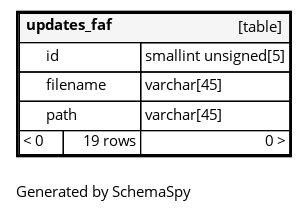
Before: diagrams/tables/updates_faf.1degree.png, a diagram exported from Graphviz (ta-forever/db). Its source is kept beside it as diagrams/tables/updates_faf.1degree.dot. Its diagram source:
```dot
digraph "oneDegreeRelationshipsDiagram" {
  graph [    rankdir="RL"    bgcolor="#ffffff"    label="\nGenerated by SchemaSpy"    labeljust="l"    nodesep="0.18"    ranksep="0.46"    fontname="Helvetica"    fontsize="11"    ration="compress"  ];  node [    fontname="Helvetica"    fontsize="11"    shape="plaintext"  ];  edge [    arrowsize="0.8"  ];
  "updates_faf" [
   label=<
    <TABLE BORDER="2" CELLBORDER="1" CELLSPACING="0" BGCOLOR="#ffffff">
      <TR><TD COLSPAN="4"  BGCOLOR="#f5f5f5"><TABLE BORDER="0" CELLSPACING="0"><TR><TD ALIGN="LEFT" FIXEDSIZE="TRUE" WIDTH="70" HEIGHT="16"><B>updates_faf</B></TD><TD ALIGN="RIGHT">[table]</TD></TR></TABLE></TD></TR>
      <TR><TD PORT="id" COLSPAN="2" BGCOLOR="#ffffff" ALIGN="LEFT"><TABLE BORDER="0" CELLSPACING="0" ALIGN="LEFT"><TR ALIGN="LEFT"><TD ALIGN="LEFT" FIXEDSIZE="TRUE" WIDTH="15" HEIGHT="16"></TD><TD ALIGN="LEFT" FIXEDSIZE="TRUE" WIDTH="70" HEIGHT="16">id</TD></TR></TABLE></TD><TD PORT="id.type" ALIGN="LEFT">smallint unsigned[5]</TD></TR>
      <TR><TD PORT="filename" COLSPAN="2" ALIGN="LEFT"><TABLE BORDER="0" CELLSPACING="0" ALIGN="LEFT"><TR ALIGN="LEFT"><TD ALIGN="LEFT" FIXEDSIZE="TRUE" WIDTH="15" HEIGHT="16"></TD><TD ALIGN="LEFT" FIXEDSIZE="TRUE" WIDTH="70" HEIGHT="16">filename</TD></TR></TABLE></TD><TD PORT="filename.type" ALIGN="LEFT">varchar[45]</TD></TR>
      <TR><TD PORT="path" COLSPAN="2" ALIGN="LEFT"><TABLE BORDER="0" CELLSPACING="0" ALIGN="LEFT"><TR ALIGN="LEFT"><TD ALIGN="LEFT" FIXEDSIZE="TRUE" WIDTH="15" HEIGHT="16"></TD><TD ALIGN="LEFT" FIXEDSIZE="TRUE" WIDTH="70" HEIGHT="16">path</TD></TR></TABLE></TD><TD PORT="path.type" ALIGN="LEFT">varchar[45]</TD></TR>
      <TR><TD ALIGN="LEFT" BGCOLOR="#ffffff">&lt; 0</TD><TD ALIGN="RIGHT" BGCOLOR="#ffffff">19 rows</TD><TD ALIGN="RIGHT" BGCOLOR="#ffffff">0 &gt;</TD></TR>
    </TABLE>>
    URL="updates_faf.html"
    target="_top"
    tooltip="updates_faf"
  ];
}
```
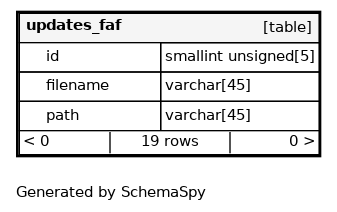
After the change.

What changed in the source:
```diff
@@ -1,13 +1,13 @@
 digraph "oneDegreeRelationshipsDiagram" {
-  graph [    rankdir="RL"    bgcolor="#ffffff"    label="\nGenerated by SchemaSpy"    labeljust="l"    nodesep="0.18"    ranksep="0.46"    fontname="Helvetica"    fontsize="11"    ration="compress"  ];  node [    fontname="Helvetica"    fontsize="11"    shape="plaintext"  ];  edge [    arrowsize="0.8"  ];
+  graph [    rankdir="RL"    bgcolor="#ffffff"    label="\nGenerated by SchemaSpy"    labeljust="l"    nodesep="0.18"    ranksep="0.46"    fontname="Helvetica"    fontsize="11"    packmode="graph"  ];  node [    fontname="Helvetica"    fontsize="11"    shape="plaintext"  ];  edge [    arrowsize="0.8"  ];
   "updates_faf" [
    label=<
     <TABLE BORDER="2" CELLBORDER="1" CELLSPACING="0" BGCOLOR="#ffffff">
-      <TR><TD COLSPAN="4"  BGCOLOR="#f5f5f5"><TABLE BORDER="0" CELLSPACING="0"><TR><TD ALIGN="LEFT" FIXEDSIZE="TRUE" WIDTH="70" HEIGHT="16"><B>updates_faf</B></TD><TD ALIGN="RIGHT">[table]</TD></TR></TABLE></TD></TR>
-      <TR><TD PORT="id" COLSPAN="2" BGCOLOR="#ffffff" ALIGN="LEFT"><TABLE BORDER="0" CELLSPACING="0" ALIGN="LEFT"><TR ALIGN="LEFT"><TD ALIGN="LEFT" FIXEDSIZE="TRUE" WIDTH="15" HEIGHT="16"></TD><TD ALIGN="LEFT" FIXEDSIZE="TRUE" WIDTH="70" HEIGHT="16">id</TD></TR></TABLE></TD><TD PORT="id.type" ALIGN="LEFT">smallint unsigned[5]</TD></TR>
-      <TR><TD PORT="filename" COLSPAN="2" ALIGN="LEFT"><TABLE BORDER="0" CELLSPACING="0" ALIGN="LEFT"><TR ALIGN="LEFT"><TD ALIGN="LEFT" FIXEDSIZE="TRUE" WIDTH="15" HEIGHT="16"></TD><TD ALIGN="LEFT" FIXEDSIZE="TRUE" WIDTH="70" HEIGHT="16">filename</TD></TR></TABLE></TD><TD PORT="filename.type" ALIGN="LEFT">varchar[45]</TD></TR>
-      <TR><TD PORT="path" COLSPAN="2" ALIGN="LEFT"><TABLE BORDER="0" CELLSPACING="0" ALIGN="LEFT"><TR ALIGN="LEFT"><TD ALIGN="LEFT" FIXEDSIZE="TRUE" WIDTH="15" HEIGHT="16"></TD><TD ALIGN="LEFT" FIXEDSIZE="TRUE" WIDTH="70" HEIGHT="16">path</TD></TR></TABLE></TD><TD PORT="path.type" ALIGN="LEFT">varchar[45]</TD></TR>
-      <TR><TD ALIGN="LEFT" BGCOLOR="#ffffff">&lt; 0</TD><TD ALIGN="RIGHT" BGCOLOR="#ffffff">19 rows</TD><TD ALIGN="RIGHT" BGCOLOR="#ffffff">0 &gt;</TD></TR>
+      <TR><TD COLSPAN="4"  BGCOLOR="#f5f5f5"><TABLE BORDER="0" CELLSPACING="0"><TR><TD ALIGN="LEFT" FIXEDSIZE="TRUE" WIDTH="85" HEIGHT="16"><B>updates_faf</B></TD><TD ALIGN="RIGHT">[table]</TD></TR></TABLE></TD></TR>
+      <TR><TD PORT="id" COLSPAN="2" BGCOLOR="#ffffff" ALIGN="LEFT"><TABLE BORDER="0" CELLSPACING="0" ALIGN="LEFT"><TR ALIGN="LEFT"><TD ALIGN="LEFT" FIXEDSIZE="TRUE" WIDTH="15" HEIGHT="16"></TD><TD ALIGN="LEFT" FIXEDSIZE="TRUE" WIDTH="85" HEIGHT="16">id</TD></TR></TABLE></TD><TD PORT="id.type" ALIGN="LEFT">smallint unsigned[5]</TD></TR>
+      <TR><TD PORT="filename" COLSPAN="2" ALIGN="LEFT"><TABLE BORDER="0" CELLSPACING="0" ALIGN="LEFT"><TR ALIGN="LEFT"><TD ALIGN="LEFT" FIXEDSIZE="TRUE" WIDTH="15" HEIGHT="16"></TD><TD ALIGN="LEFT" FIXEDSIZE="TRUE" WIDTH="85" HEIGHT="16">filename</TD></TR></TABLE></TD><TD PORT="filename.type" ALIGN="LEFT">varchar[45]</TD></TR>
+      <TR><TD PORT="path" COLSPAN="2" ALIGN="LEFT"><TABLE BORDER="0" CELLSPACING="0" ALIGN="LEFT"><TR ALIGN="LEFT"><TD ALIGN="LEFT" FIXEDSIZE="TRUE" WIDTH="15" HEIGHT="16"></TD><TD ALIGN="LEFT" FIXEDSIZE="TRUE" WIDTH="85" HEIGHT="16">path</TD></TR></TABLE></TD><TD PORT="path.type" ALIGN="LEFT">varchar[45]</TD></TR>
+      <TR><TD ALIGN="LEFT" CELLPADDING="0" BGCOLOR="#ffffff" COLSPAN="4" ><TABLE BORDER="0" CELLBORDER="0" CELLSPACING="0"><TR><TD ALIGN="LEFT" BGCOLOR="#ffffff">&lt; 0</TD><VR/><TD ALIGN="CENTER" BGCOLOR="#ffffff">19 rows</TD><VR/><TD ALIGN="RIGHT" BGCOLOR="#ffffff">0 &gt;</TD></TR></TABLE></TD></TR>
     </TABLE>>
     URL="updates_faf.html"
     target="_top"
```
